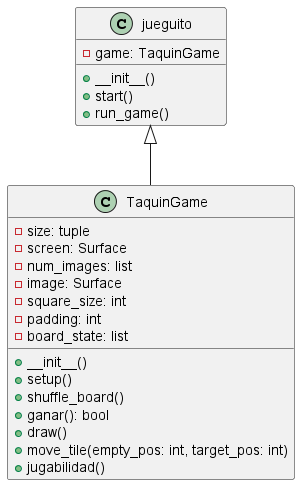
This is out/jueguito/jueguito.png from JuanDCespedes/puzzle, a PlantUML export, as it was before one commit.
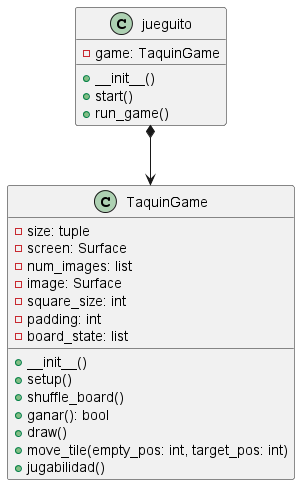
Above is the later version.

What changed in the source:
```diff
@@ -26,6 +26,6 @@
     +jugabilidad()
 }
 
-jueguito  <|--  TaquinGame
+jueguito  *-->  TaquinGame
 
 @enduml
```
